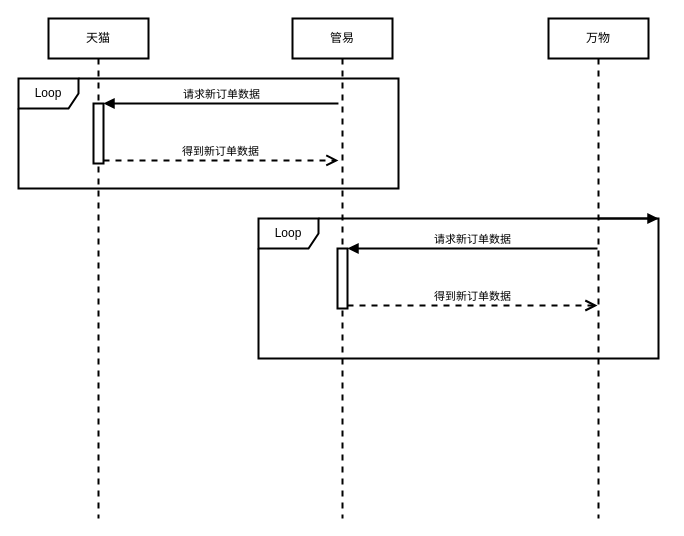
Earlier version of the draw.io diagram 未命名绘图.drawio (srcrs/draw-static). Source tidied: cells renumbered, new cells numbered last; positions are measured from the earlier drawing's top-left corner, leaving out a move shared by most shapes. Both pictures are drawn from the tidied source at 100%, with x=0, y=0 at pixel (18, 18).
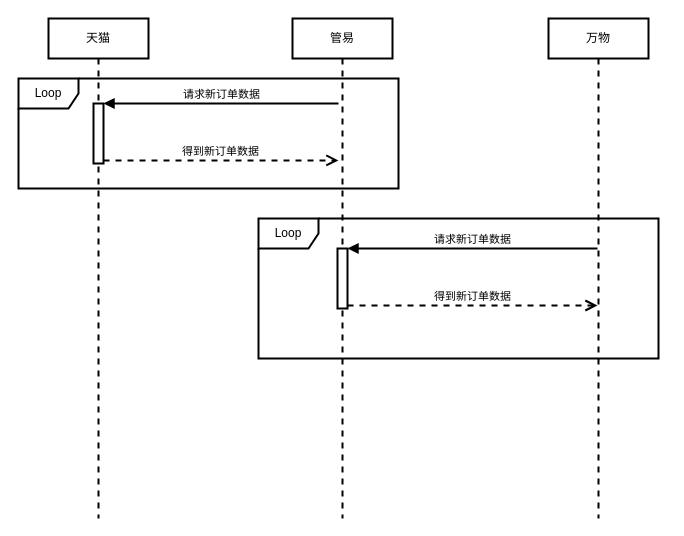
After the change.

Commit message:
更新未命名绘图.drawio

The edit, as a diff of the source:
```diff
@@
 <mxGraphModel>
   <root>
     <mxCell id="0" />
     <mxCell id="1" parent="0" />
     <mxCell id="2" value="天猫" style="shape=umlLifeline;perimeter=lifelinePerimeter;whiteSpace=wrap;html=1;strokeWidth=2;" parent="1" vertex="1">
       <mxGeometry x="30" width="100" height="500" as="geometry" />
     </mxCell>
     <mxCell id="3" value="万物" style="shape=umlLifeline;perimeter=lifelinePerimeter;whiteSpace=wrap;html=1;outlineConnect=0;strokeWidth=2;" parent="1" vertex="1">
       <mxGeometry x="530" width="100" height="500" as="geometry" />
     </mxCell>
     <mxCell id="4" value="管易" style="shape=umlLifeline;perimeter=lifelinePerimeter;whiteSpace=wrap;html=1;strokeWidth=2;" parent="1" vertex="1">
       <mxGeometry x="274" width="100" height="500" as="geometry" />
     </mxCell>
     <mxCell id="5" style="html=1;points=[];perimeter=orthogonalPerimeter;strokeWidth=2;" parent="4" vertex="1">
       <mxGeometry x="45" y="230" width="10" height="60" as="geometry" />
     </mxCell>
     <mxCell id="6" value="Loop" style="shape=umlFrame;whiteSpace=wrap;html=1;strokeWidth=2;" parent="1" vertex="1">
       <mxGeometry y="60" width="380" height="110" as="geometry" />
     </mxCell>
     <mxCell id="7" style="html=1;points=[];perimeter=orthogonalPerimeter;strokeWidth=2;" parent="1" vertex="1">
       <mxGeometry x="75" y="85" width="10" height="60" as="geometry" />
     </mxCell>
     <mxCell id="8" value="请求新订单数据" style="html=1;verticalAlign=bottom;endArrow=block;entryX=1;entryY=0;exitX=0.842;exitY=0.227;exitDx=0;exitDy=0;exitPerimeter=0;strokeWidth=2;" parent="1" edge="1" source="6" target="7">
       <mxGeometry relative="1" as="geometry" />
     </mxCell>
     <mxCell id="9" value="得到新订单数据" style="html=1;verticalAlign=bottom;endArrow=open;dashed=1;endSize=8;exitX=1;exitY=0.95;strokeWidth=2;entryX=0.842;entryY=0.745;entryDx=0;entryDy=0;entryPerimeter=0;" parent="1" edge="1" source="7" target="6">
       <mxGeometry relative="1" as="geometry" />
     </mxCell>
     <mxCell id="10" value="请求新订单数据" style="html=1;verticalAlign=bottom;endArrow=block;entryX=1;entryY=0;strokeWidth=2;" parent="1" edge="1" source="3" target="5">
       <mxGeometry relative="1" as="geometry" />
     </mxCell>
     <mxCell id="11" value="得到新订单数据" style="html=1;verticalAlign=bottom;endArrow=open;dashed=1;endSize=8;exitX=1;exitY=0.95;strokeWidth=2;" parent="1" edge="1" source="5" target="3">
       <mxGeometry relative="1" as="geometry" />
     </mxCell>
     <mxCell id="12" value="Loop" style="shape=umlFrame;whiteSpace=wrap;html=1;strokeWidth=2;" parent="1" vertex="1">
       <mxGeometry x="240" y="200" width="400" height="140" as="geometry" />
     </mxCell>
-    <mxCell id="13" style="html=1;verticalAlign=bottom;endArrow=block;entryX=1;entryY=0;strokeWidth=2;" parent="1" edge="1" source="3" target="12">
-      <mxGeometry relative="1" as="geometry" />
-    </mxCell>
   </root>
 </mxGraphModel>
```
